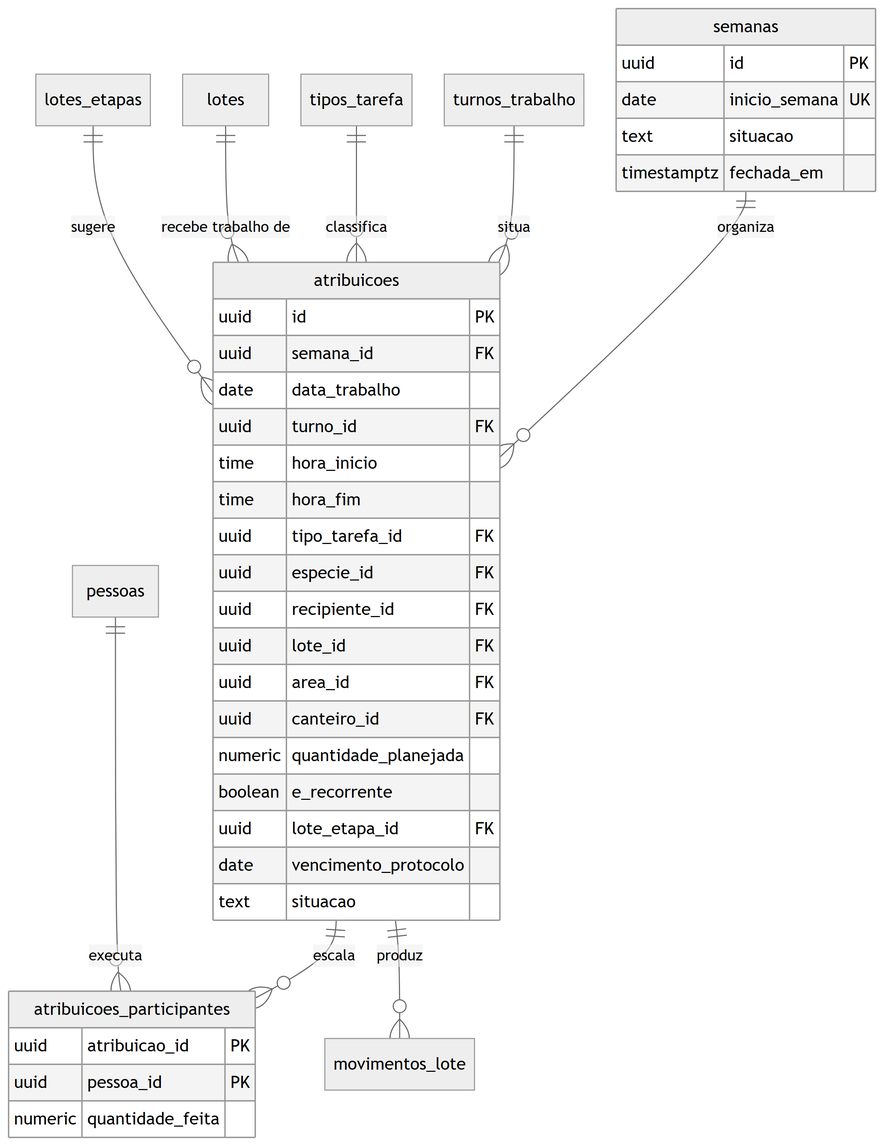
The Mermaid diagram docs/engenharia/modelo-dados-pt/img/fig14-producao-agenda.png in JoaoMudar/tcc, before a commit. Its source is kept beside it as docs/engenharia/modelo-dados-pt/mmd/fig14-producao-agenda.mmd. The source it was exported from:
```mermaid
erDiagram
  semanas {
    uuid        id PK
    date        inicio_semana UK
    text        situacao
    timestamptz fechada_em
  }
  atribuicoes {
    uuid    id PK
    uuid    semana_id FK
    date    data_trabalho
    uuid    turno_id FK
    time    hora_inicio
    time    hora_fim
    uuid    tipo_tarefa_id FK
    uuid    especie_id FK
    uuid    recipiente_id FK
    uuid    lote_id FK
    uuid    area_id FK
    uuid    canteiro_id FK
    numeric quantidade_planejada
    boolean e_recorrente
    uuid    lote_etapa_id FK
    date    vencimento_protocolo
    text    situacao
  }
  atribuicoes_participantes {
    uuid    atribuicao_id PK
    uuid    pessoa_id PK
    numeric quantidade_feita
  }
  turnos_trabalho {}
  tipos_tarefa {}
  pessoas {}
  lotes {}
  lotes_etapas {}
  movimentos_lote {}

  semanas     ||--o{ atribuicoes : "organiza"
  atribuicoes ||--o{ atribuicoes_participantes : "escala"
  atribuicoes ||--o{ movimentos_lote : "produz"
  turnos_trabalho ||--o{ atribuicoes : "situa"
  tipos_tarefa    ||--o{ atribuicoes : "classifica"
  pessoas         ||--o{ atribuicoes_participantes : "executa"
  lotes           ||--o{ atribuicoes : "recebe trabalho de"
  lotes_etapas    ||--o{ atribuicoes : "sugere"
```
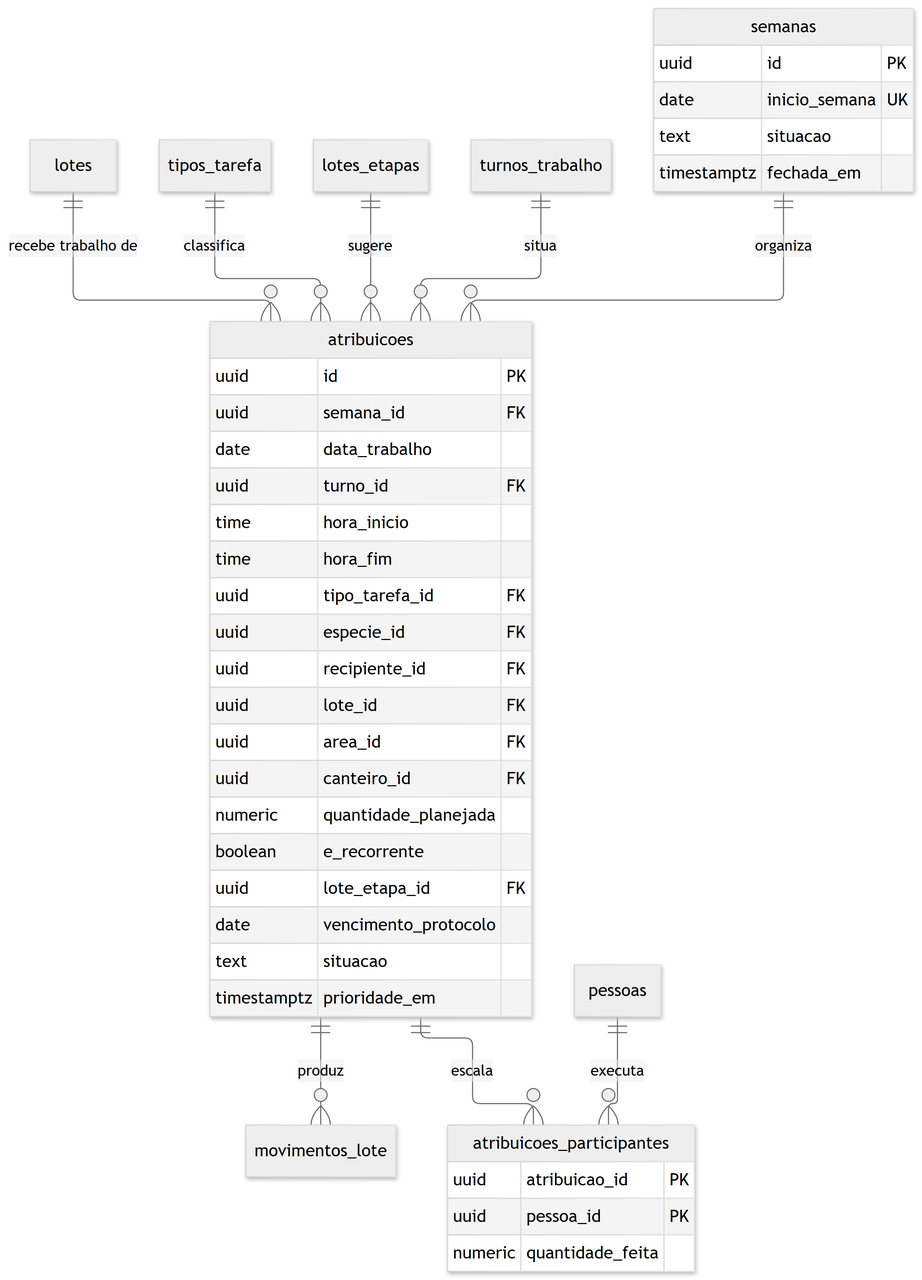
After the change.

Diff of the diagram source:
```diff
@@ -23,6 +23,7 @@
     uuid    lote_etapa_id FK
     date    vencimento_protocolo
     text    situacao
+    timestamptz prioridade_em
   }
   atribuicoes_participantes {
     uuid    atribuicao_id PK
```
